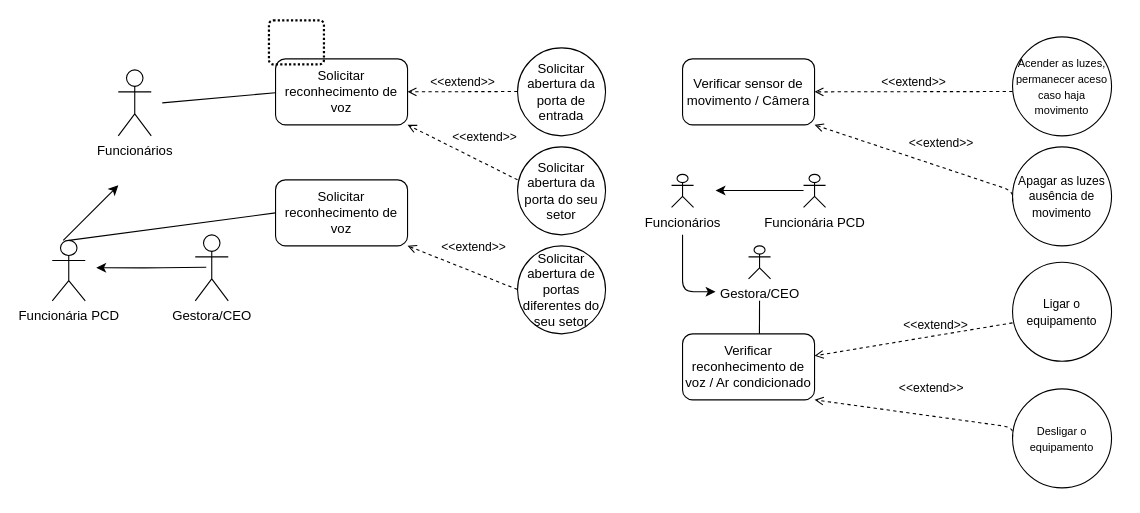
This is Diagrama sem nome.drawio from vwvictor/study, a draw.io file, before an edit. Source tidied: cells renumbered, new cells numbered last; positions are measured from the earlier drawing's top-left corner, leaving out a move shared by most shapes. Both pictures are drawn from the tidied source at 110%, with x=0, y=0 at pixel (52, 20).
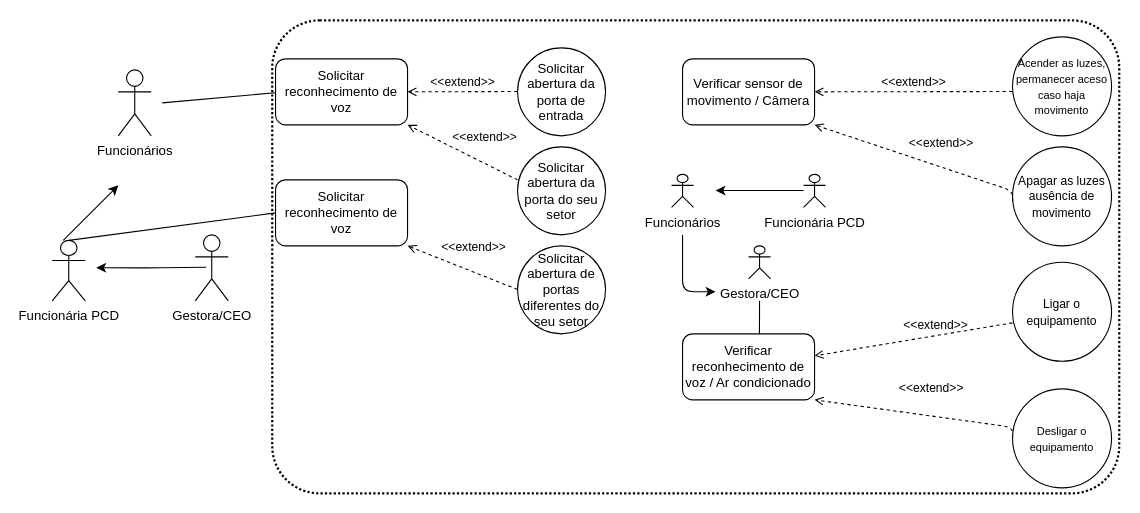
Above is the later version.

Commit message:
Diagrama empresa BargaWorks

What changed in the source:
```diff
@@
-    <mxCell id="33" style="rounded=1;arcSize=10;dashed=1;fillColor=none;gradientColor=none;dashPattern=1 1;strokeWidth=2;" parent="1" vertex="1" collapsed="1">
-      <mxGeometry x="197" width="50" height="40" as="geometry" />
-    </mxCell>
+    <mxCell id="34" style="rounded=1;arcSize=10;dashed=1;fillColor=none;gradientColor=none;dashPattern=1 1;strokeWidth=2;" parent="1" vertex="1">
+      <mxGeometry x="200" width="770" height="430" as="geometry" />
+    </mxCell>
```
